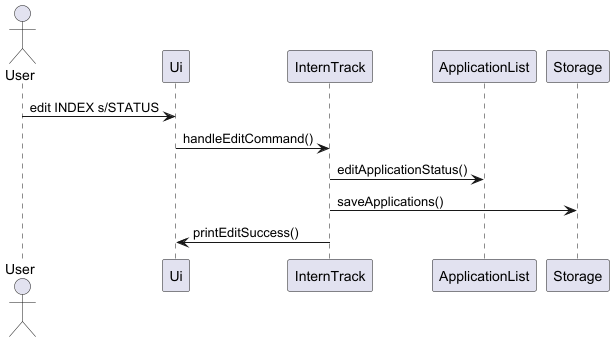
The PlantUML diagram docs/diagrams/edit_sequence_diag.png in hykzr/tp, before a commit. The source it was exported from:
```plantuml
@startuml
actor User
participant Ui
participant InternTrack
participant ApplicationList
participant Storage

User -> Ui : edit INDEX s/STATUS
Ui -> InternTrack : handleEditCommand()
InternTrack -> ApplicationList : editApplicationStatus()
InternTrack -> Storage : saveApplications()
InternTrack -> Ui : printEditSuccess()

@enduml
```
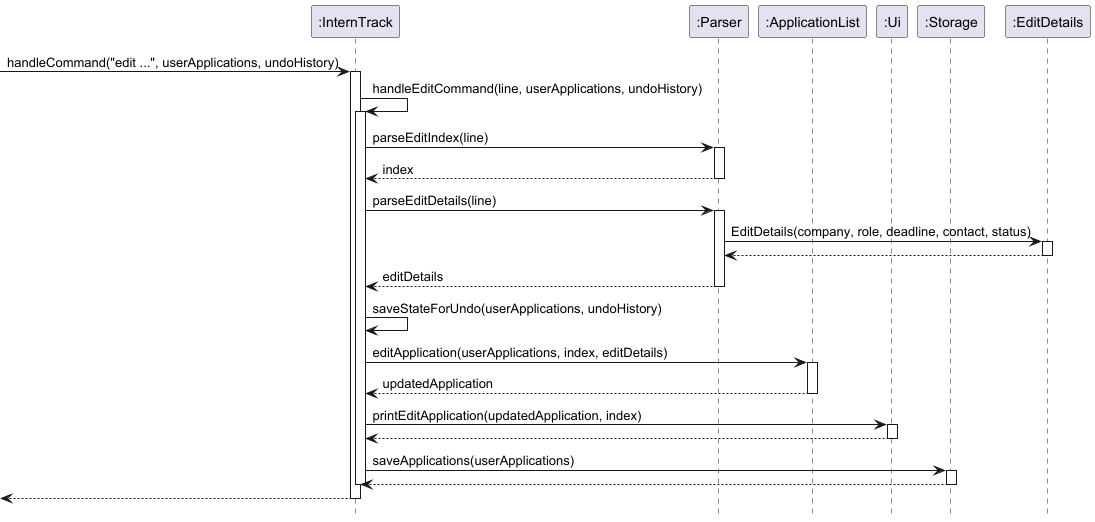
After the commit.

Commit message:
Seq Diagrams

Change to the diagram source:
```diff
@@ -1,14 +1,52 @@
 @startuml
-actor User
-participant Ui
-participant InternTrack
-participant ApplicationList
-participant Storage
+hide footbox
 
-User -> Ui : edit INDEX s/STATUS
-Ui -> InternTrack : handleEditCommand()
-InternTrack -> ApplicationList : editApplicationStatus()
-InternTrack -> Storage : saveApplications()
-InternTrack -> Ui : printEditSuccess()
+participant ":InternTrack" as InternTrack
+participant ":Parser" as Parser
+participant ":ApplicationList" as ApplicationList
+participant ":Ui" as Ui
+participant ":Storage" as Storage
+participant ":EditDetails" as EditDetails
 
+[-> InternTrack : handleCommand("edit ...", userApplications, undoHistory)
+activate InternTrack
+
+InternTrack -> InternTrack : handleEditCommand(line, userApplications, undoHistory)
+activate InternTrack
+
+InternTrack -> Parser : parseEditIndex(line)
+activate Parser
+Parser --> InternTrack : index
+deactivate Parser
+
+InternTrack -> Parser : parseEditDetails(line)
+activate Parser
+create "editDetails:EditDetails" as EditDetails
+Parser -> EditDetails : EditDetails(company, role, deadline, contact, status)
+activate EditDetails
+EditDetails --> Parser
+deactivate EditDetails
+Parser --> InternTrack : editDetails
+deactivate Parser
+
+InternTrack -> InternTrack : saveStateForUndo(userApplications, undoHistory)
+
+InternTrack -> ApplicationList : editApplication(userApplications, index, editDetails)
+activate ApplicationList
+ApplicationList --> InternTrack : updatedApplication
+deactivate ApplicationList
+
+InternTrack -> Ui : printEditApplication(updatedApplication, index)
+activate Ui
+Ui --> InternTrack
+deactivate Ui
+
+InternTrack -> Storage : saveApplications(userApplications)
+activate Storage
+Storage --> InternTrack
+deactivate Storage
+
+deactivate InternTrack
+[<-- InternTrack
+deactivate InternTrack
 @enduml
```
